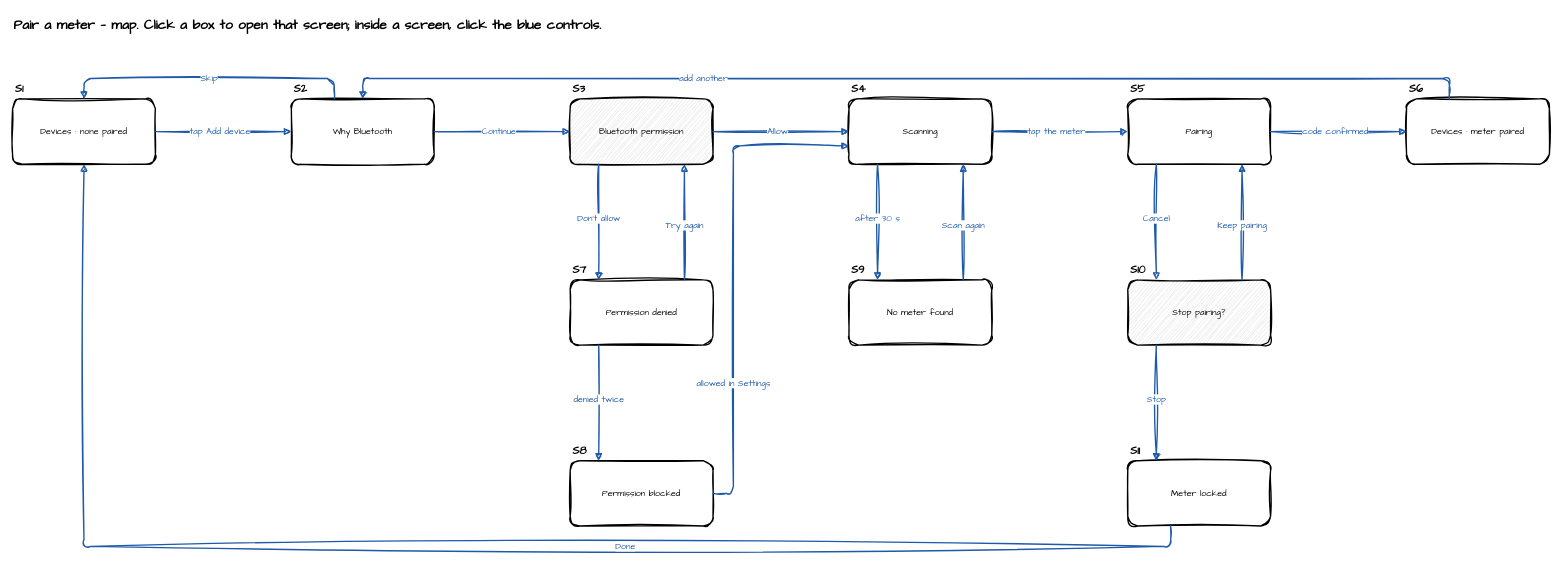
AnilDeshpande/codetutor-mobile-prototyper keeps this draw.io diagram as page "Map · Pair a meter" (1 of 15) of docs/examples/pair-a-meter/click-through.drawio. Above is the earlier version. Source tidied: cells renumbered, new cells numbered last; positions are measured from the earlier drawing's top-left corner, leaving out a move shared by most shapes. Both pictures are drawn from the tidied source at 68%, with x=0, y=0 at pixel (12, 12).
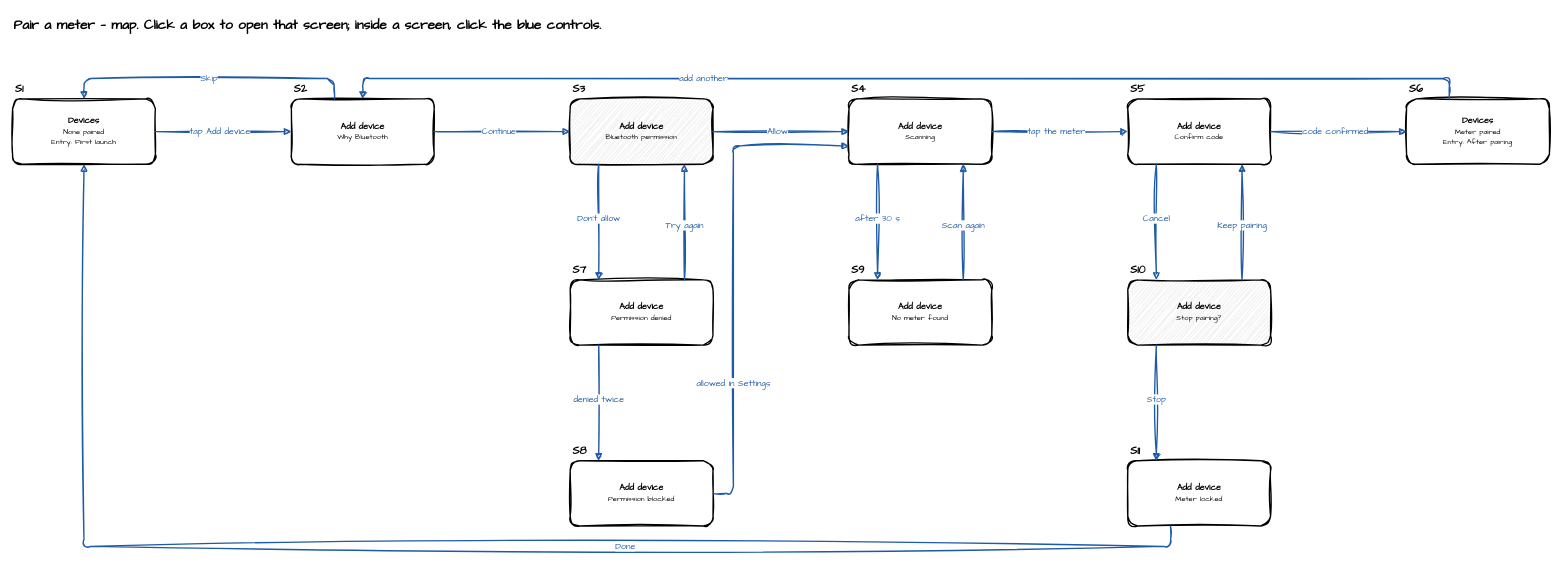
The same diagram, later.

Diff of the diagram source:
```diff
@@
-    <mxCell id="3" value="Devices · none paired" style="sketch=1;curveFitting=1;jiggle=2;hachureGap=4;fontFamily=Architects Daughter;html=1;whiteSpace=wrap;rounded=1;fontSize=13;fillColor=#ffffff;strokeWidth=2;" parent="1" vertex="1">
+    <mxCell id="3" value="&lt;b&gt;Devices&lt;/b&gt;&lt;br&gt;&lt;span style=&quot;font-size:11px&quot;&gt;None paired&lt;br&gt;Entry: First launch&lt;/span&gt;" style="sketch=1;curveFitting=1;jiggle=2;hachureGap=4;fontFamily=Architects Daughter;html=1;whiteSpace=wrap;rounded=1;fontSize=13;fillColor=#ffffff;strokeWidth=2;" parent="1" vertex="1">
       <mxGeometry y="128" width="210" height="96" as="geometry" />
     </mxCell>
@@
-    <mxCell id="5" value="Why Bluetooth" style="sketch=1;curveFitting=1;jiggle=2;hachureGap=4;fontFamily=Architects Daughter;html=1;whiteSpace=wrap;rounded=1;fontSize=13;fillColor=#ffffff;strokeWidth=2;" parent="1" vertex="1">
+    <mxCell id="5" value="&lt;b&gt;Add device&lt;/b&gt;&lt;br&gt;&lt;span style=&quot;font-size:11px&quot;&gt;Why Bluetooth&lt;/span&gt;" style="sketch=1;curveFitting=1;jiggle=2;hachureGap=4;fontFamily=Architects Daughter;html=1;whiteSpace=wrap;rounded=1;fontSize=13;fillColor=#ffffff;strokeWidth=2;" parent="1" vertex="1">
       <mxGeometry x="410" y="128" width="210" height="96" as="geometry" />
     </mxCell>
@@
-    <mxCell id="7" value="Bluetooth permission" style="sketch=1;curveFitting=1;jiggle=2;hachureGap=4;fontFamily=Architects Daughter;html=1;whiteSpace=wrap;rounded=1;fontSize=13;fillColor=#ececec;strokeWidth=2;" parent="1" vertex="1">
+    <mxCell id="7" value="&lt;b&gt;Add device&lt;/b&gt;&lt;br&gt;&lt;span style=&quot;font-size:11px&quot;&gt;Bluetooth permission&lt;/span&gt;" style="sketch=1;curveFitting=1;jiggle=2;hachureGap=4;fontFamily=Architects Daughter;html=1;whiteSpace=wrap;rounded=1;fontSize=13;fillColor=#ececec;strokeWidth=2;" parent="1" vertex="1">
       <mxGeometry x="820" y="128" width="210" height="96" as="geometry" />
     </mxCell>
@@
-    <mxCell id="9" value="Scanning" style="sketch=1;curveFitting=1;jiggle=2;hachureGap=4;fontFamily=Architects Daughter;html=1;whiteSpace=wrap;rounded=1;fontSize=13;fillColor=#ffffff;strokeWidth=2;" parent="1" vertex="1">
+    <mxCell id="9" value="&lt;b&gt;Add device&lt;/b&gt;&lt;br&gt;&lt;span style=&quot;font-size:11px&quot;&gt;Scanning&lt;/span&gt;" style="sketch=1;curveFitting=1;jiggle=2;hachureGap=4;fontFamily=Architects Daughter;html=1;whiteSpace=wrap;rounded=1;fontSize=13;fillColor=#ffffff;strokeWidth=2;" parent="1" vertex="1">
       <mxGeometry x="1230" y="128" width="210" height="96" as="geometry" />
     </mxCell>
@@
-    <mxCell id="11" value="Pairing" style="sketch=1;curveFitting=1;jiggle=2;hachureGap=4;fontFamily=Architects Daughter;html=1;whiteSpace=wrap;rounded=1;fontSize=13;fillColor=#ffffff;strokeWidth=2;" parent="1" vertex="1">
+    <mxCell id="11" value="&lt;b&gt;Add device&lt;/b&gt;&lt;br&gt;&lt;span style=&quot;font-size:11px&quot;&gt;Confirm code&lt;/span&gt;" style="sketch=1;curveFitting=1;jiggle=2;hachureGap=4;fontFamily=Architects Daughter;html=1;whiteSpace=wrap;rounded=1;fontSize=13;fillColor=#ffffff;strokeWidth=2;" parent="1" vertex="1">
       <mxGeometry x="1640" y="128" width="210" height="96" as="geometry" />
     </mxCell>
@@
-    <mxCell id="13" value="Devices · meter paired" style="sketch=1;curveFitting=1;jiggle=2;hachureGap=4;fontFamily=Architects Daughter;html=1;whiteSpace=wrap;rounded=1;fontSize=13;fillColor=#ffffff;strokeWidth=2;" parent="1" vertex="1">
+    <mxCell id="13" value="&lt;b&gt;Devices&lt;/b&gt;&lt;br&gt;&lt;span style=&quot;font-size:11px&quot;&gt;Meter paired&lt;br&gt;Entry: After pairing&lt;/span&gt;" style="sketch=1;curveFitting=1;jiggle=2;hachureGap=4;fontFamily=Architects Daughter;html=1;whiteSpace=wrap;rounded=1;fontSize=13;fillColor=#ffffff;strokeWidth=2;" parent="1" vertex="1">
       <mxGeometry x="2050" y="128" width="210" height="96" as="geometry" />
     </mxCell>
@@
-    <mxCell id="15" value="Permission denied" style="sketch=1;curveFitting=1;jiggle=2;hachureGap=4;fontFamily=Architects Daughter;html=1;whiteSpace=wrap;rounded=1;fontSize=13;fillColor=#ffffff;strokeWidth=2;" parent="1" vertex="1">
+    <mxCell id="15" value="&lt;b&gt;Add device&lt;/b&gt;&lt;br&gt;&lt;span style=&quot;font-size:11px&quot;&gt;Permission denied&lt;/span&gt;" style="sketch=1;curveFitting=1;jiggle=2;hachureGap=4;fontFamily=Architects Daughter;html=1;whiteSpace=wrap;rounded=1;fontSize=13;fillColor=#ffffff;strokeWidth=2;" parent="1" vertex="1">
       <mxGeometry x="820" y="394" width="210" height="96" as="geometry" />
     </mxCell>
@@
-    <mxCell id="17" value="Permission blocked" style="sketch=1;curveFitting=1;jiggle=2;hachureGap=4;fontFamily=Architects Daughter;html=1;whiteSpace=wrap;rounded=1;fontSize=13;fillColor=#ffffff;strokeWidth=2;" parent="1" vertex="1">
+    <mxCell id="17" value="&lt;b&gt;Add device&lt;/b&gt;&lt;br&gt;&lt;span style=&quot;font-size:11px&quot;&gt;Permission blocked&lt;/span&gt;" style="sketch=1;curveFitting=1;jiggle=2;hachureGap=4;fontFamily=Architects Daughter;html=1;whiteSpace=wrap;rounded=1;fontSize=13;fillColor=#ffffff;strokeWidth=2;" parent="1" vertex="1">
       <mxGeometry x="820" y="660" width="210" height="96" as="geometry" />
     </mxCell>
@@
-    <mxCell id="19" value="No meter found" style="sketch=1;curveFitting=1;jiggle=2;hachureGap=4;fontFamily=Architects Daughter;html=1;whiteSpace=wrap;rounded=1;fontSize=13;fillColor=#ffffff;strokeWidth=2;" parent="1" vertex="1">
+    <mxCell id="19" value="&lt;b&gt;Add device&lt;/b&gt;&lt;br&gt;&lt;span style=&quot;font-size:11px&quot;&gt;No meter found&lt;/span&gt;" style="sketch=1;curveFitting=1;jiggle=2;hachureGap=4;fontFamily=Architects Daughter;html=1;whiteSpace=wrap;rounded=1;fontSize=13;fillColor=#ffffff;strokeWidth=2;" parent="1" vertex="1">
       <mxGeometry x="1230" y="394" width="210" height="96" as="geometry" />
     </mxCell>
@@
-    <mxCell id="21" value="Stop pairing?" style="sketch=1;curveFitting=1;jiggle=2;hachureGap=4;fontFamily=Architects Daughter;html=1;whiteSpace=wrap;rounded=1;fontSize=13;fillColor=#ececec;strokeWidth=2;" parent="1" vertex="1">
+    <mxCell id="21" value="&lt;b&gt;Add device&lt;/b&gt;&lt;br&gt;&lt;span style=&quot;font-size:11px&quot;&gt;Stop pairing?&lt;/span&gt;" style="sketch=1;curveFitting=1;jiggle=2;hachureGap=4;fontFamily=Architects Daughter;html=1;whiteSpace=wrap;rounded=1;fontSize=13;fillColor=#ececec;strokeWidth=2;" parent="1" vertex="1">
       <mxGeometry x="1640" y="394" width="210" height="96" as="geometry" />
     </mxCell>
@@
-    <mxCell id="23" value="Meter locked" style="sketch=1;curveFitting=1;jiggle=2;hachureGap=4;fontFamily=Architects Daughter;html=1;whiteSpace=wrap;rounded=1;fontSize=13;fillColor=#ffffff;strokeWidth=2;" parent="1" vertex="1">
+    <mxCell id="23" value="&lt;b&gt;Add device&lt;/b&gt;&lt;br&gt;&lt;span style=&quot;font-size:11px&quot;&gt;Meter locked&lt;/span&gt;" style="sketch=1;curveFitting=1;jiggle=2;hachureGap=4;fontFamily=Architects Daughter;html=1;whiteSpace=wrap;rounded=1;fontSize=13;fillColor=#ffffff;strokeWidth=2;" parent="1" vertex="1">
       <mxGeometry x="1640" y="660" width="210" height="96" as="geometry" />
     </mxCell>
```
